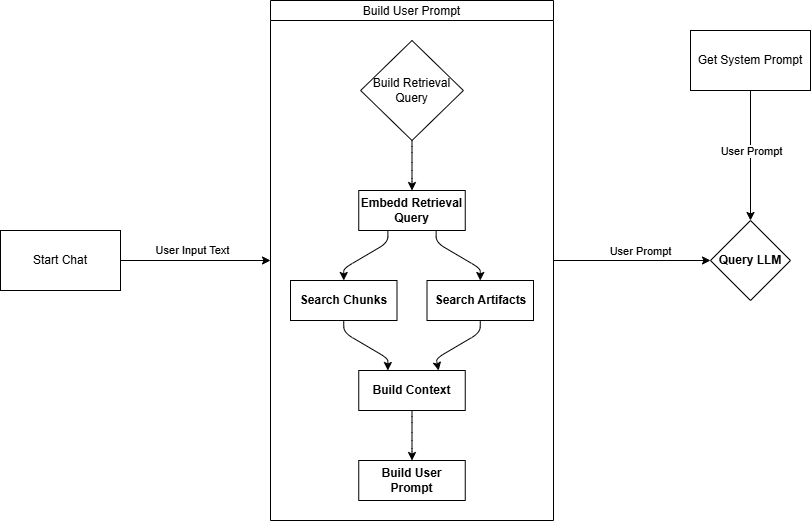
The draw.io diagram agent-pipeline.png in dkylewillis/vector, before a commit. Source tidied: cells renumbered, new cells last; positions are measured from the earlier drawing's top-left corner, leaving out a move shared by most shapes.
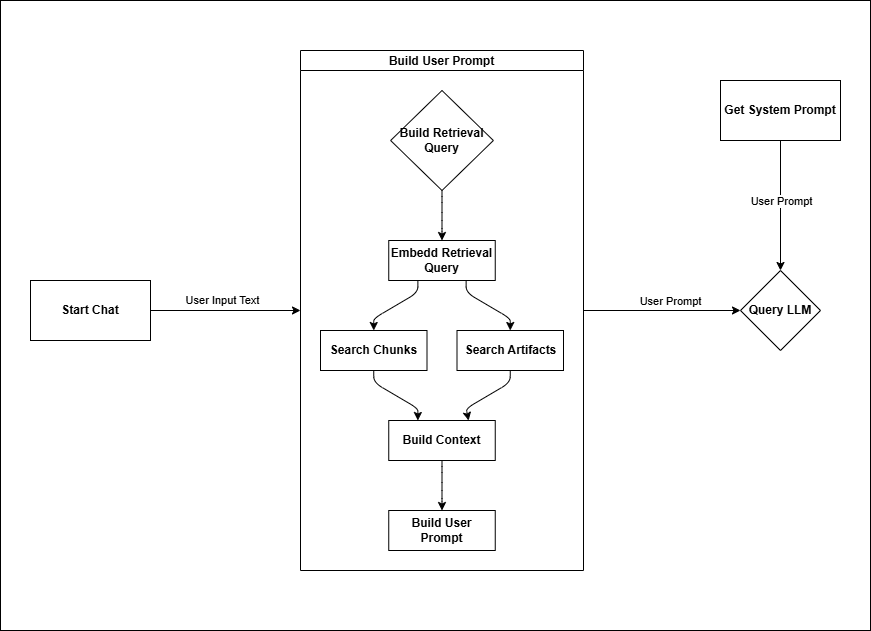
After the commit.

The edit, as a diff of the source:
```diff
@@ -2,6 +2,9 @@
   <root>
     <mxCell id="0" />
     <mxCell id="1" parent="0" />
+    <mxCell id="24" style="rounded=0;whiteSpace=wrap;html=1;fontColor=default;" parent="1" vertex="1">
+      <mxGeometry x="-30" y="-50" width="870" height="630" as="geometry" />
+    </mxCell>
     <mxCell id="2" style="edgeStyle=none;html=1;" parent="1" edge="1" source="4" target="17">
       <mxGeometry relative="1" as="geometry" />
     </mxCell>
@@ -10,7 +13,7 @@
         <mxPoint x="-11" y="-6" as="offset" />
       </mxGeometry>
     </mxCell>
-    <mxCell id="4" value="Build User Prompt" style="swimlane;startSize=20;horizontal=1;flowOrientation=north;interRankCellSpacing=50;containerType=tree;fontSize=12;fillColor=light-dark(#FFFFFF,#666666);fontStyle=0;" parent="1" vertex="1">
+    <mxCell id="4" value="Build User Prompt" style="swimlane;startSize=20;horizontal=1;flowOrientation=north;interRankCellSpacing=50;containerType=tree;fontSize=12;fillColor=light-dark(#FFFFFF,#666666);fontStyle=1;" parent="1" vertex="1">
       <mxGeometry x="270" width="283" height="520" as="geometry" />
     </mxCell>
     <mxCell id="5" value="Embedd Retrieval Query" style="whiteSpace=wrap;html=1;fillColor=light-dark(#FFFFFF,#CC6600);fontStyle=1;" parent="4" vertex="1">
@@ -76,7 +79,7 @@
         </Array>
       </mxGeometry>
     </mxCell>
-    <mxCell id="16" value="Build Retrieval Query" style="rhombus;whiteSpace=wrap;html=1;fillColor=light-dark(#FFFFFF,#7F00FF);" parent="4" vertex="1">
+    <mxCell id="16" value="Build Retrieval Query" style="rhombus;whiteSpace=wrap;html=1;fillColor=light-dark(#FFFFFF,#7F00FF);fontStyle=1;" parent="4" vertex="1">
       <mxGeometry x="90.1" y="40" width="102.8" height="100" as="geometry" />
     </mxCell>
     <mxCell id="17" value="Query LLM" style="rhombus;whiteSpace=wrap;html=1;fontStyle=1;startSize=20;fillColor=light-dark(#FFFFFF,#7F00FF);" parent="1" vertex="1">
@@ -90,13 +93,13 @@
         <mxPoint x="1" y="-12" as="offset" />
       </mxGeometry>
     </mxCell>
-    <mxCell id="20" value="Start Chat" style="rounded=0;whiteSpace=wrap;html=1;fillColor=light-dark(#FFFFFF,#666666);fontStyle=0;" parent="1" vertex="1">
+    <mxCell id="20" value="Start Chat" style="rounded=0;whiteSpace=wrap;html=1;fillColor=light-dark(#FFFFFF,#666666);fontStyle=1;" parent="1" vertex="1">
       <mxGeometry y="230" width="120" height="60" as="geometry" />
     </mxCell>
     <mxCell id="21" style="edgeStyle=none;html=1;" parent="1" edge="1" source="22" target="17">
       <mxGeometry relative="1" as="geometry" />
     </mxCell>
-    <mxCell id="22" value="Get System Prompt" style="whiteSpace=wrap;html=1;fontStyle=0;startSize=20;fillColor=light-dark(#FFFFFF,#666666);" parent="1" vertex="1">
+    <mxCell id="22" value="Get System Prompt" style="whiteSpace=wrap;html=1;fontStyle=1;startSize=20;fillColor=light-dark(#FFFFFF,#666666);" parent="1" vertex="1">
       <mxGeometry x="690" y="30" width="120" height="60" as="geometry" />
     </mxCell>
     <mxCell id="23" value="User Prompt" style="edgeLabel;html=1;align=center;verticalAlign=middle;" parent="1" vertex="1">
```
